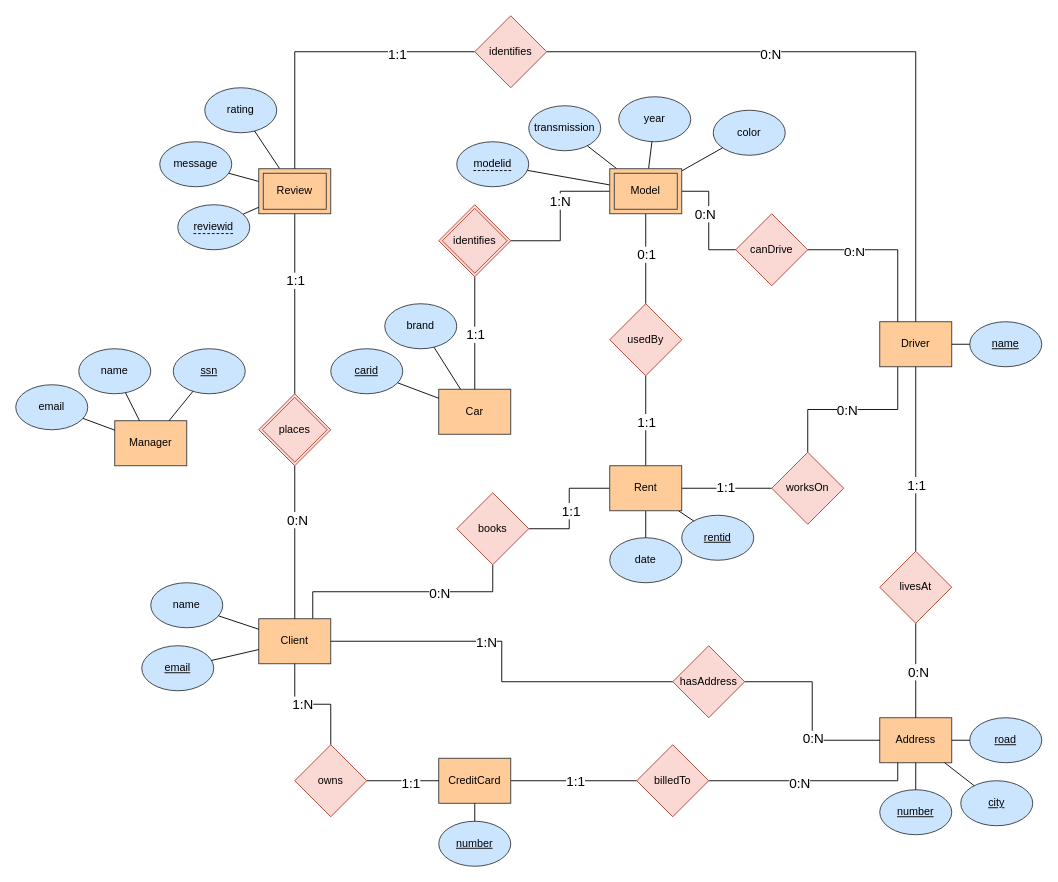
Above: 480-ER-Diagram.drawio in p-rinceS/CS-480-Project (draw.io), before the change. Source tidied: cells renumbered, new cells numbered last; positions are measured from the earlier drawing's top-left corner, leaving out a move shared by most shapes. Both pictures are drawn from the tidied source at 90%, with x=0, y=0 at pixel (15, 15).
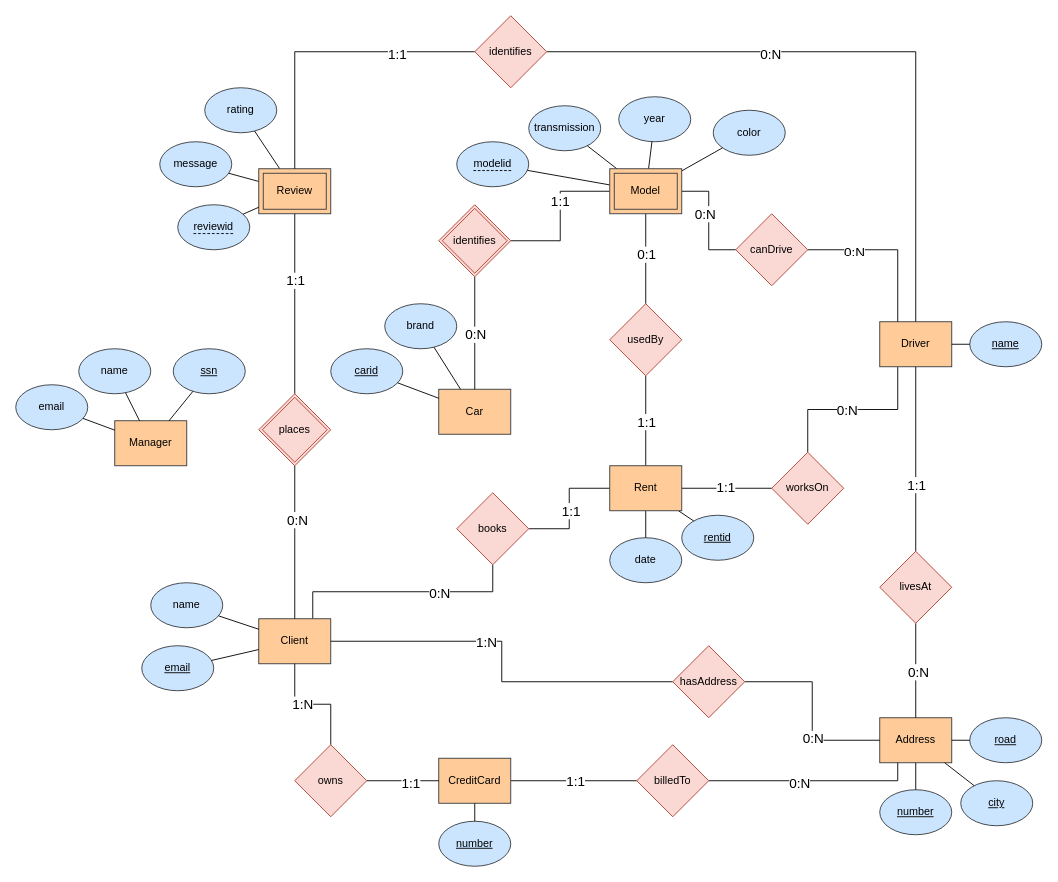
Above is the later version.

Unchanged cells that the change refers to:
```xml
<mxCell id="66" style="edgeStyle=orthogonalEdgeStyle;rounded=0;jettySize=auto;html=1;endArrow=none;startFill=0;fontSize=15;" parent="1" edge="1" source="94" target="20">
  <mxGeometry relative="1" as="geometry" />
</mxCell>
<mxCell id="68" style="edgeStyle=orthogonalEdgeStyle;rounded=0;jettySize=auto;html=1;endArrow=none;startFill=0;fontSize=15;" parent="1" edge="1" source="94" target="93">
  <mxGeometry relative="1" as="geometry" />
</mxCell>
```

What changed in the source:
```diff
@@
-    <mxCell id="67" value="&lt;font style=&quot;font-size: 15px;&quot;&gt;1:1&lt;/font&gt;" style="edgeLabel;html=1;align=center;verticalAlign=middle;" parent="66" vertex="1">
+    <mxCell id="67" value="&lt;font style=&quot;font-size: 15px;&quot;&gt;0:N&lt;/font&gt;" style="edgeLabel;html=1;align=center;verticalAlign=middle;" parent="66" vertex="1">
       <mxGeometry x="0.65" relative="1" as="geometry">
         <mxPoint y="-40" as="offset" />
       </mxGeometry>
     </mxCell>
@@
-    <mxCell id="69" value="&lt;font style=&quot;font-size: 15px;&quot;&gt;1:N&lt;/font&gt;" style="edgeLabel;html=1;align=center;verticalAlign=middle;" parent="68" vertex="1">
+    <mxCell id="69" value="&lt;font style=&quot;font-size: 15px;&quot;&gt;1:1&lt;/font&gt;" style="edgeLabel;html=1;align=center;verticalAlign=middle;" parent="68" vertex="1">
       <mxGeometry x="0.21" y="1" relative="1" as="geometry" />
     </mxCell>
```
